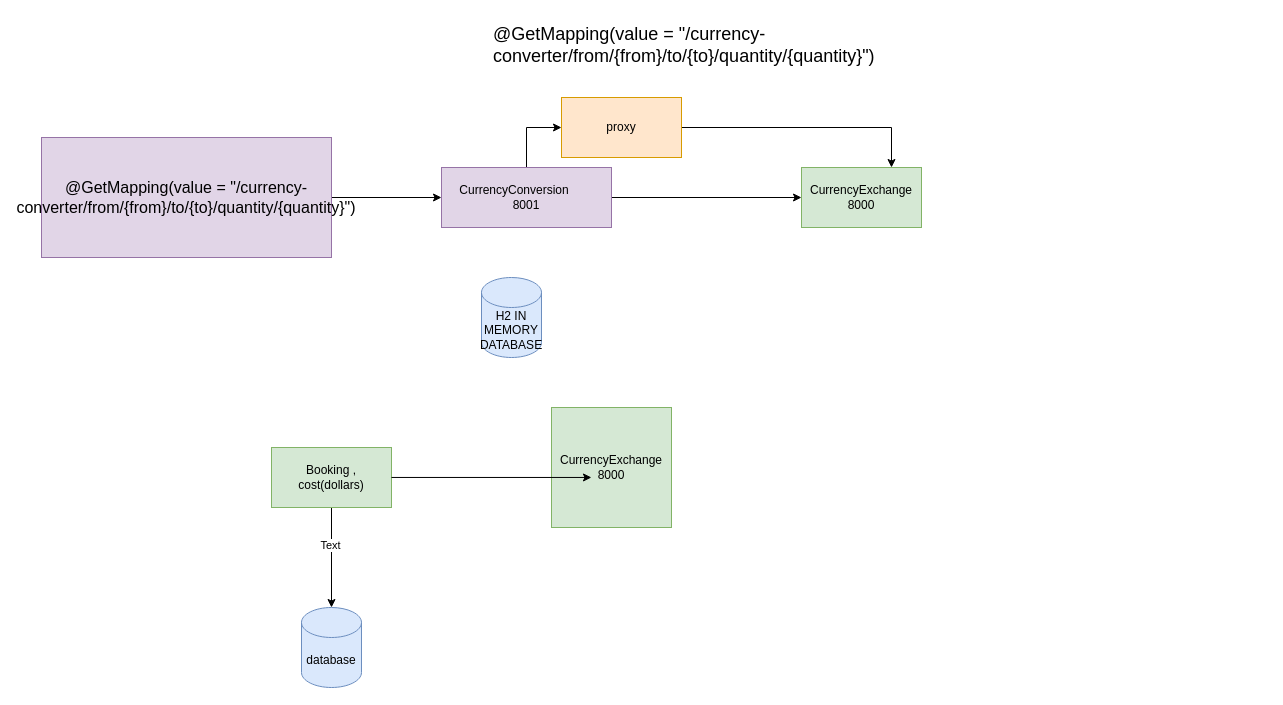
This is page "COORDINATING MICROSERVICES" (2 of 2) of diagrams/aws-microservices.drawio from ASC17JU2024/ASCGITHUB, a draw.io file, before an edit. Source tidied: cells renumbered, new cells numbered last; positions are measured from the earlier drawing's top-left corner, leaving out a move shared by most shapes. Both pictures are drawn from the tidied source at 100%, with x=0, y=0 at pixel (41, 17).
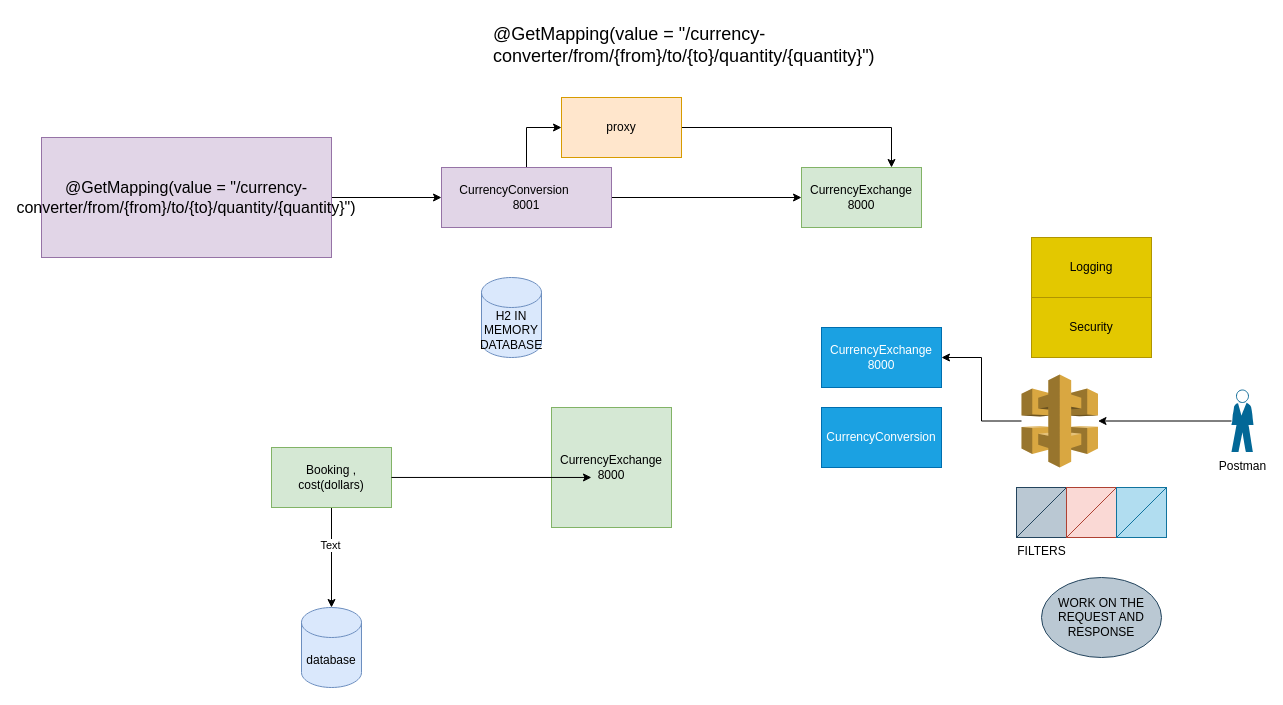
Above is the later version.

Change to the diagram source:
```diff
@@
+    <mxCell id="18" value="CurrencyExchange&lt;div&gt;8000&lt;/div&gt;" style="rounded=0;whiteSpace=wrap;html=1;fillColor=#1ba1e2;strokeColor=#006EAF;fontColor=#ffffff;" parent="1" vertex="1">
+      <mxGeometry x="780" y="310" width="120" height="60" as="geometry" />
+    </mxCell>
+    <mxCell id="19" style="edgeStyle=orthogonalEdgeStyle;rounded=0;jettySize=auto;html=1;" parent="1" edge="1" source="20" target="23">
+      <mxGeometry relative="1" as="geometry" />
+    </mxCell>
+    <mxCell id="20" value="Postman" style="shape=mxgraph.cisco.people.standing_man;html=1;dashed=0;fillColor=#036897;strokeColor=#ffffff;strokeWidth=2;verticalLabelPosition=bottom;verticalAlign=top;align=center;outlineConnect=0;" parent="1" vertex="1">
+      <mxGeometry x="1190" y="372.5" width="22" height="62" as="geometry" />
+    </mxCell>
+    <mxCell id="21" value="CurrencyConversion" style="rounded=0;whiteSpace=wrap;html=1;fillColor=#1ba1e2;strokeColor=#006EAF;fontColor=#ffffff;" parent="1" vertex="1">
+      <mxGeometry x="780" y="390" width="120" height="60" as="geometry" />
+    </mxCell>
+    <mxCell id="22" style="edgeStyle=orthogonalEdgeStyle;rounded=0;jettySize=auto;html=1;entryX=1;entryY=0.5;entryDx=0;entryDy=0;" parent="1" edge="1" source="23" target="18">
+      <mxGeometry relative="1" as="geometry" />
+    </mxCell>
+    <mxCell id="23" style="outlineConnect=0;dashed=0;verticalLabelPosition=bottom;verticalAlign=top;align=center;html=1;shape=mxgraph.aws3.api_gateway;fillColor=#D9A741;gradientColor=none;" parent="1" vertex="1">
+      <mxGeometry x="980" y="357" width="76.5" height="93" as="geometry" />
+    </mxCell>
+    <mxCell id="24" value="Logging" style="rounded=0;whiteSpace=wrap;html=1;fillColor=#e3c800;strokeColor=#B09500;fontColor=#000000;" parent="1" vertex="1">
+      <mxGeometry x="990" y="220" width="120" height="60" as="geometry" />
+    </mxCell>
+    <mxCell id="25" value="Security" style="rounded=0;whiteSpace=wrap;html=1;fillColor=#e3c800;strokeColor=#B09500;fontColor=#000000;" parent="1" vertex="1">
+      <mxGeometry x="990" y="280" width="120" height="60" as="geometry" />
+    </mxCell>
+    <mxCell id="26" value="FILTERS" style="verticalLabelPosition=bottom;align=center;dashed=0;html=1;verticalAlign=top;shape=mxgraph.pid.filters.filter;fillColor=#bac8d3;strokeColor=#23445d;" parent="1" vertex="1">
+      <mxGeometry x="975" y="470" width="50" height="50" as="geometry" />
+    </mxCell>
+    <mxCell id="27" style="verticalLabelPosition=bottom;align=center;dashed=0;html=1;verticalAlign=top;shape=mxgraph.pid.filters.filter;fillColor=#fad9d5;strokeColor=#ae4132;" parent="1" vertex="1">
+      <mxGeometry x="1025" y="470" width="50" height="50" as="geometry" />
+    </mxCell>
+    <mxCell id="28" style="verticalLabelPosition=bottom;align=center;dashed=0;html=1;verticalAlign=top;shape=mxgraph.pid.filters.filter;fillColor=#b1ddf0;strokeColor=#10739e;" parent="1" vertex="1">
+      <mxGeometry x="1075" y="470" width="50" height="50" as="geometry" />
+    </mxCell>
+    <mxCell id="29" value="WORK ON THE REQUEST AND RESPONSE" style="ellipse;whiteSpace=wrap;html=1;fillColor=#bac8d3;strokeColor=#23445d;" parent="1" vertex="1">
+      <mxGeometry x="1000" y="560" width="120" height="80" as="geometry" />
+    </mxCell>
```
